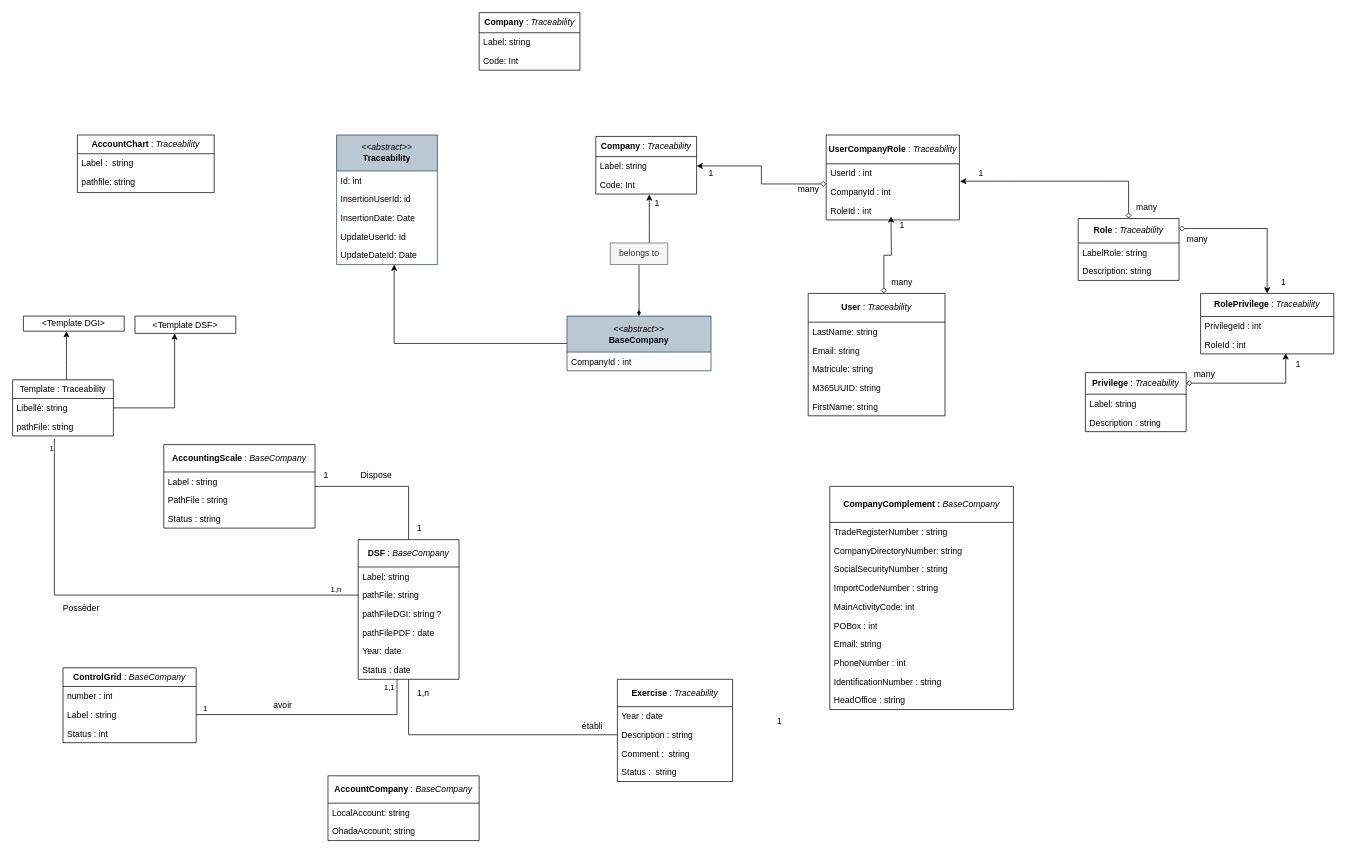
Earlier version of the draw.io diagram page "Diagramme_classe" (1 of 5) of Conception_DSF.drawio (Michelle-Ngami/Conception_DSF). Source tidied: cells renumbered, new cells numbered last; positions are measured from the earlier drawing's top-left corner, leaving out a move shared by most shapes. Both pictures are drawn from the tidied source at 72%, with x=0, y=0 at pixel (12, 12).
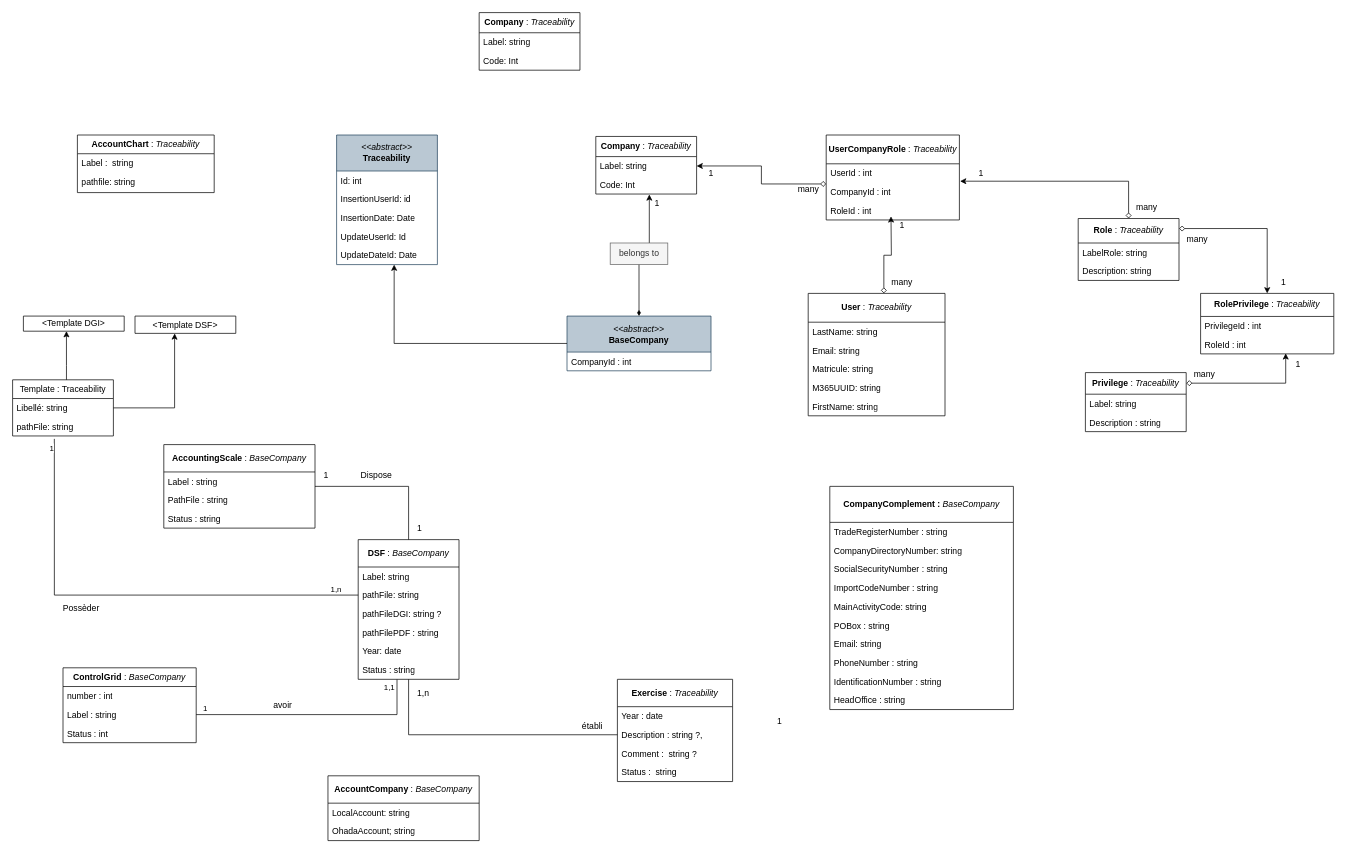
After the change.

Commit message:
Mettre à jour Conception_DSF.drawio

Unchanged cells that the change refers to:
```xml
<mxCell id="18" value="&lt;b&gt;DSF &lt;/b&gt;: &lt;i&gt;BaseCompany&lt;/i&gt;" style="swimlane;fontStyle=0;horizontal=1;startSize=38;fillColor=none;whiteSpace=wrap;html=1;" parent="1" vertex="1">
  <mxGeometry x="480" y="732" width="140" height="194" as="geometry" />
</mxCell>
<mxCell id="84" value="&lt;b&gt;Exercise&amp;nbsp;&lt;/b&gt;: &lt;i&gt;Traceability&lt;/i&gt;" style="swimlane;fontStyle=0;horizontal=1;startSize=38;fillColor=none;whiteSpace=wrap;html=1;" parent="1" vertex="1">
  <mxGeometry x="840" y="926" width="160" height="142" as="geometry" />
</mxCell>
<mxCell id="103" value="&lt;div&gt;&lt;b style=&quot;background-color: transparent; color: light-dark(rgb(0, 0, 0), rgb(255, 255, 255));&quot;&gt;CompanyComplement : &lt;/b&gt;&lt;span style=&quot;background-color: transparent; color: light-dark(rgb(0, 0, 0), rgb(255, 255, 255));&quot;&gt;&lt;i&gt;BaseCompany&lt;/i&gt;&lt;/span&gt;&lt;/div&gt;" style="swimlane;fontStyle=0;horizontal=1;startSize=50;whiteSpace=wrap;html=1;fillColor=none;" parent="1" vertex="1">
  <mxGeometry x="1135" y="658" width="255" height="310" as="geometry" />
</mxCell>
```

Diff of the diagram source:
```diff
@@
-    <mxCell id="22" value="pathFilePDF : date" style="text;strokeColor=none;fillColor=none;align=left;verticalAlign=top;spacingLeft=4;spacingRight=4;overflow=hidden;whiteSpace=wrap;html=1;" parent="18" vertex="1">
+    <mxCell id="22" value="pathFilePDF : string" style="text;strokeColor=none;fillColor=none;align=left;verticalAlign=top;spacingLeft=4;spacingRight=4;overflow=hidden;whiteSpace=wrap;html=1;" parent="18" vertex="1">
       <mxGeometry y="116" width="140" height="26" as="geometry" />
     </mxCell>
@@
-    <mxCell id="24" value="Status : date" style="text;strokeColor=none;fillColor=none;align=left;verticalAlign=top;spacingLeft=4;spacingRight=4;overflow=hidden;points=[[0,0.5],[1,0.5]];portConstraint=eastwest;whiteSpace=wrap;html=1;" parent="18" vertex="1">
+    <mxCell id="24" value="Status : string" style="text;strokeColor=none;fillColor=none;align=left;verticalAlign=top;spacingLeft=4;spacingRight=4;overflow=hidden;points=[[0,0.5],[1,0.5]];portConstraint=eastwest;whiteSpace=wrap;html=1;" parent="18" vertex="1">
       <mxGeometry y="168" width="140" height="26" as="geometry" />
     </mxCell>
@@
-    <mxCell id="86" value="Description : string" style="text;strokeColor=none;fillColor=none;align=left;verticalAlign=top;spacingLeft=4;spacingRight=4;overflow=hidden;points=[[0,0.5],[1,0.5]];portConstraint=eastwest;whiteSpace=wrap;html=1;" parent="84" vertex="1">
+    <mxCell id="86" value="Description : string ?,&lt;div&gt;&lt;br&gt;&lt;/div&gt;" style="text;strokeColor=none;fillColor=none;align=left;verticalAlign=top;spacingLeft=4;spacingRight=4;overflow=hidden;points=[[0,0.5],[1,0.5]];portConstraint=eastwest;whiteSpace=wrap;html=1;" parent="84" vertex="1">
       <mxGeometry y="64" width="160" height="26" as="geometry" />
     </mxCell>
-    <mxCell id="87" value="Comment :&amp;nbsp; string" style="text;strokeColor=none;fillColor=none;align=left;verticalAlign=top;spacingLeft=4;spacingRight=4;overflow=hidden;whiteSpace=wrap;html=1;" parent="84" vertex="1">
+    <mxCell id="87" value="Comment :&amp;nbsp; string ?" style="text;strokeColor=none;fillColor=none;align=left;verticalAlign=top;spacingLeft=4;spacingRight=4;overflow=hidden;whiteSpace=wrap;html=1;" parent="84" vertex="1">
       <mxGeometry y="90" width="160" height="26" as="geometry" />
     </mxCell>
@@
-    <mxCell id="108" value="MainActivityCode: int" style="text;strokeColor=none;fillColor=none;align=left;verticalAlign=top;spacingLeft=4;spacingRight=4;overflow=hidden;whiteSpace=wrap;html=1;" parent="103" vertex="1">
+    <mxCell id="108" value="MainActivityCode: string" style="text;strokeColor=none;fillColor=none;align=left;verticalAlign=top;spacingLeft=4;spacingRight=4;overflow=hidden;whiteSpace=wrap;html=1;" parent="103" vertex="1">
       <mxGeometry y="154" width="255" height="26" as="geometry" />
     </mxCell>
-    <mxCell id="109" value="POBox : int" style="text;strokeColor=none;fillColor=none;align=left;verticalAlign=top;spacingLeft=4;spacingRight=4;overflow=hidden;whiteSpace=wrap;html=1;" parent="103" vertex="1">
+    <mxCell id="109" value="POBox : string" style="text;strokeColor=none;fillColor=none;align=left;verticalAlign=top;spacingLeft=4;spacingRight=4;overflow=hidden;whiteSpace=wrap;html=1;" parent="103" vertex="1">
       <mxGeometry y="180" width="255" height="26" as="geometry" />
     </mxCell>
@@
-    <mxCell id="111" value="PhoneNumber : int" style="text;strokeColor=none;fillColor=none;align=left;verticalAlign=top;spacingLeft=4;spacingRight=4;overflow=hidden;whiteSpace=wrap;html=1;" parent="103" vertex="1">
+    <mxCell id="111" value="PhoneNumber : string" style="text;strokeColor=none;fillColor=none;align=left;verticalAlign=top;spacingLeft=4;spacingRight=4;overflow=hidden;whiteSpace=wrap;html=1;" parent="103" vertex="1">
       <mxGeometry y="232" width="255" height="26" as="geometry" />
     </mxCell>
```
